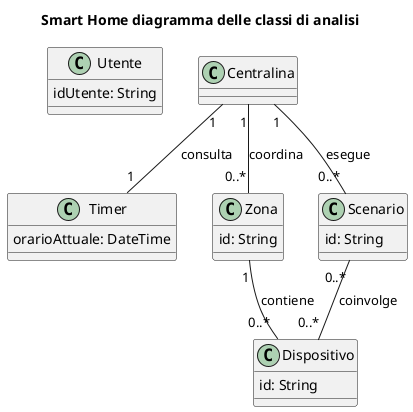
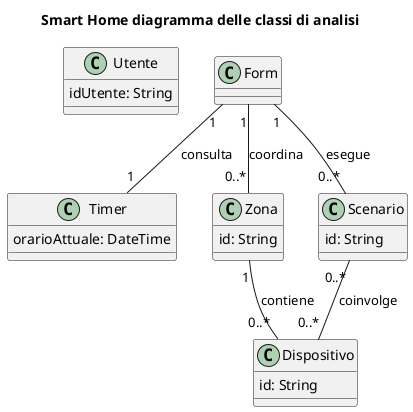
@startuml classianalisi
- /'
- centralina sarebbe da eliminare ma poi si perdono le relazioni, devo sostituirla?
- '/
+ 
title Smart Home diagramma delle classi di analisi

class Utente {
    idUtente: String
}

class Timer {
    orarioAttuale: DateTime
}

class Zona {
    id: String
}

class Scenario {
    id: String
}

class Dispositivo {
    id: String
}

- Centralina "1" -- "1" Timer : consulta
- Centralina "1" -- "0..*" Zona : coordina
- Centralina "1" -- "0..*" Scenario : esegue
+ Form "1" -- "1" Timer : consulta
+ Form "1" -- "0..*" Zona : coordina
+ Form "1" -- "0..*" Scenario : esegue

Zona "1" -- "0..*" Dispositivo : contiene
Scenario "0..*" -- "0..*" Dispositivo : coinvolge

@enduml